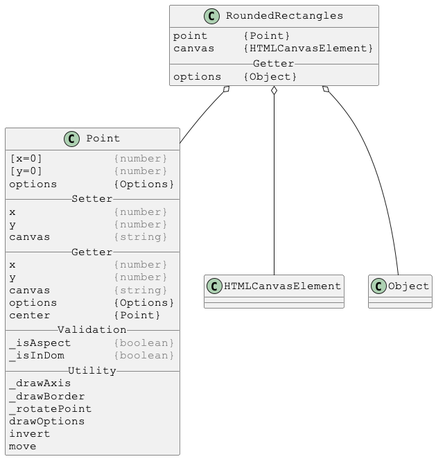
Justin-Byrne/canvasLab keeps this PlantUML diagram as docs/PlantUml/image/linked/RoundedRectangles-linked.png. Above is the earlier version.
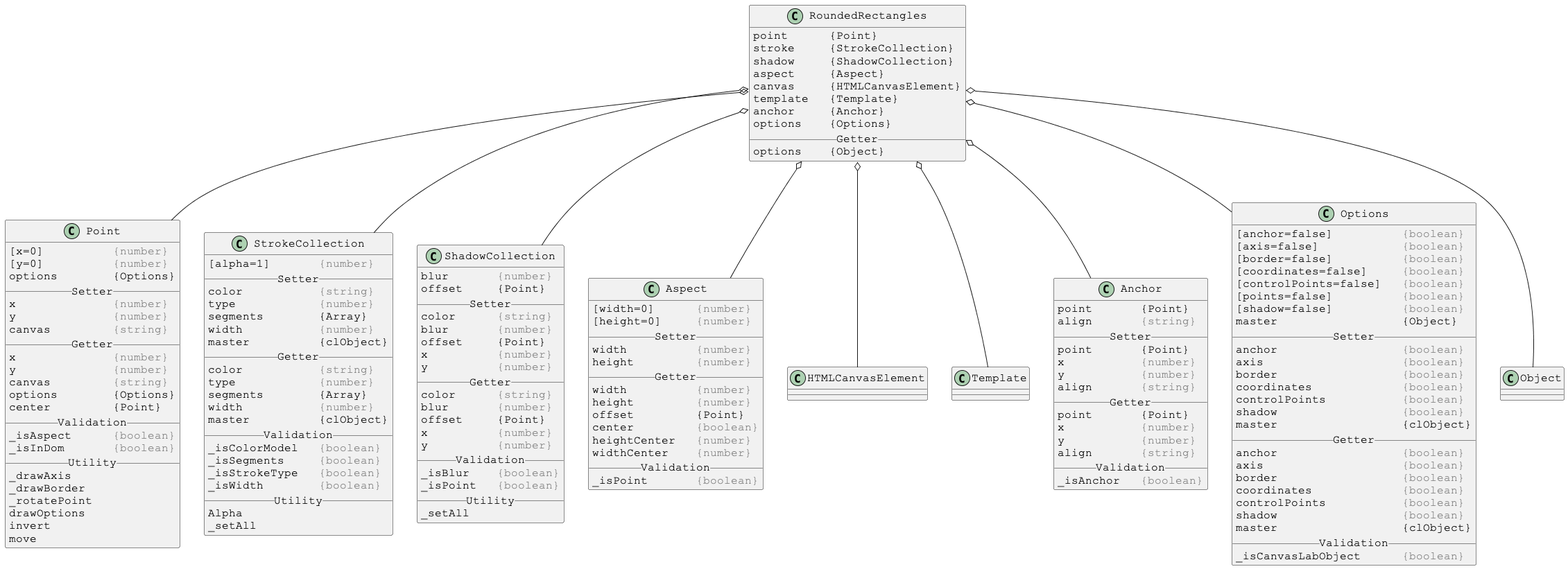
Later version of the same file.

Diff of the diagram source:
```diff
@@ -4,14 +4,26 @@
 skinparam DefaultFontName Courier New
 
 class RoundedRectangles {
-point     {Point}
-canvas    {HTMLCanvasElement}
+point      {Point}
+stroke     {StrokeCollection}
+shadow     {ShadowCollection}
+aspect     {Aspect}
+canvas     {HTMLCanvasElement}
+template   {Template}
+anchor     {Anchor}
+options    {Options}
 __ Getter __
-options   {Object}
+options    {Object}
 }
 
 RoundedRectangles o-- Point
+RoundedRectangles o-- StrokeCollection
+RoundedRectangles o-- ShadowCollection
+RoundedRectangles o-- Aspect
 RoundedRectangles o-- HTMLCanvasElement
+RoundedRectangles o-- Template
+RoundedRectangles o-- Anchor
+RoundedRectangles o-- Options
 RoundedRectangles o-- Object
 
 
@@ -45,4 +57,138 @@
 move
 }
 
+
+
+skinparam DefaultFontSize 16
+skinparam DefaultFontName Courier New
+
+class StrokeCollection {
+[alpha=1]       <color:gray>{number}</color>
+__ Setter __
+color           <color:gray>{string}</color>
+type            <color:gray>{number}</color>
+segments        {Array}
+width           <color:gray>{number}</color>
+master          {clObject}
+__ Getter __
+color           <color:gray>{string}</color>
+type            <color:gray>{number}</color>
+segments        {Array}
+width           <color:gray>{number}</color>
+master          {clObject}
+__ Validation __
+_isColorModel   <color:gray>{boolean}</color>
+_isSegments     <color:gray>{boolean}</color>
+_isStrokeType   <color:gray>{boolean}</color>
+_isWidth        <color:gray>{boolean}</color>
+__ Utility __
+Alpha
+_setAll
+}
+
+
+
+skinparam DefaultFontSize 16
+skinparam DefaultFontName Courier New
+
+class ShadowCollection {
+blur       <color:gray>{number}</color>
+offset     {Point}
+__ Setter __
+color      <color:gray>{string}</color>
+blur       <color:gray>{number}</color>
+offset     {Point}
+x          <color:gray>{number}</color>
+y          <color:gray>{number}</color>
+__ Getter __
+color      <color:gray>{string}</color>
+blur       <color:gray>{number}</color>
+offset     {Point}
+x          <color:gray>{number}</color>
+y          <color:gray>{number}</color>
+__ Validation __
+_isBlur    <color:gray>{boolean}</color>
+_isPoint   <color:gray>{boolean}</color>
+__ Utility __
+_setAll
+}
+
+
+
+skinparam DefaultFontSize 16
+skinparam DefaultFontName Courier New
+
+class Aspect {
+[width=0]      <color:gray>{number}</color>
+[height=0]     <color:gray>{number}</color>
+__ Setter __
+width          <color:gray>{number}</color>
+height         <color:gray>{number}</color>
+__ Getter __
+width          <color:gray>{number}</color>
+height         <color:gray>{number}</color>
+offset         {Point}
+center         <color:gray>{boolean}</color>
+heightCenter   <color:gray>{number}</color>
+widthCenter    <color:gray>{number}</color>
+__ Validation __
+_isPoint       <color:gray>{boolean}</color>
+}
+
+
+
+skinparam DefaultFontSize 16
+skinparam DefaultFontName Courier New
+
+class Anchor {
+point       {Point}
+align       <color:gray>{string}</color>
+__ Setter __
+point       {Point}
+x           <color:gray>{number}</color>
+y           <color:gray>{number}</color>
+align       <color:gray>{string}</color>
+__ Getter __
+point       {Point}
+x           <color:gray>{number}</color>
+y           <color:gray>{number}</color>
+align       <color:gray>{string}</color>
+__ Validation __
+_isAnchor   <color:gray>{boolean}</color>
+}
+
+
+
+skinparam DefaultFontSize 16
+skinparam DefaultFontName Courier New
+
+class Options {
+[anchor=false]          <color:gray>{boolean}</color>
+[axis=false]            <color:gray>{boolean}</color>
+[border=false]          <color:gray>{boolean}</color>
+[coordinates=false]     <color:gray>{boolean}</color>
+[controlPoints=false]   <color:gray>{boolean}</color>
+[points=false]          <color:gray>{boolean}</color>
+[shadow=false]          <color:gray>{boolean}</color>
+master                  {Object}
+__ Setter __
+anchor                  <color:gray>{boolean}</color>
+axis                    <color:gray>{boolean}</color>
+border                  <color:gray>{boolean}</color>
+coordinates             <color:gray>{boolean}</color>
+controlPoints           <color:gray>{boolean}</color>
+shadow                  <color:gray>{boolean}</color>
+master                  {clObject}
+__ Getter __
+anchor                  <color:gray>{boolean}</color>
+axis                    <color:gray>{boolean}</color>
+border                  <color:gray>{boolean}</color>
+coordinates             <color:gray>{boolean}</color>
+controlPoints           <color:gray>{boolean}</color>
+shadow                  <color:gray>{boolean}</color>
+master                  {clObject}
+__ Validation __
+_isCanvasLabObject      <color:gray>{boolean}</color>
+}
+
 @enduml
```
